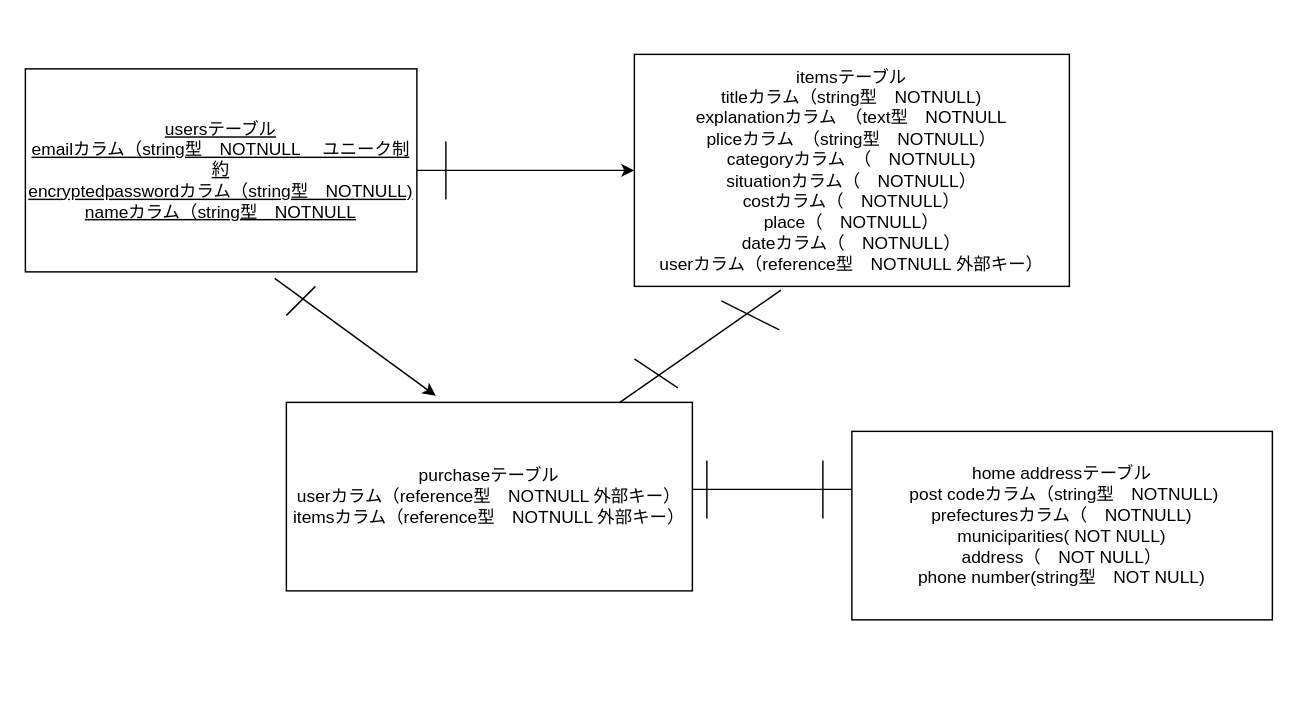
The draw.io diagram test.dio in abe227/furima-38620, before the edit. Source tidied: cells renumbered, new cells numbered last; positions are measured from the earlier drawing's top-left corner, leaving out a move shared by most shapes. Both pictures are drawn from the tidied source at 145%, with x=0, y=0 at pixel (25, 54).
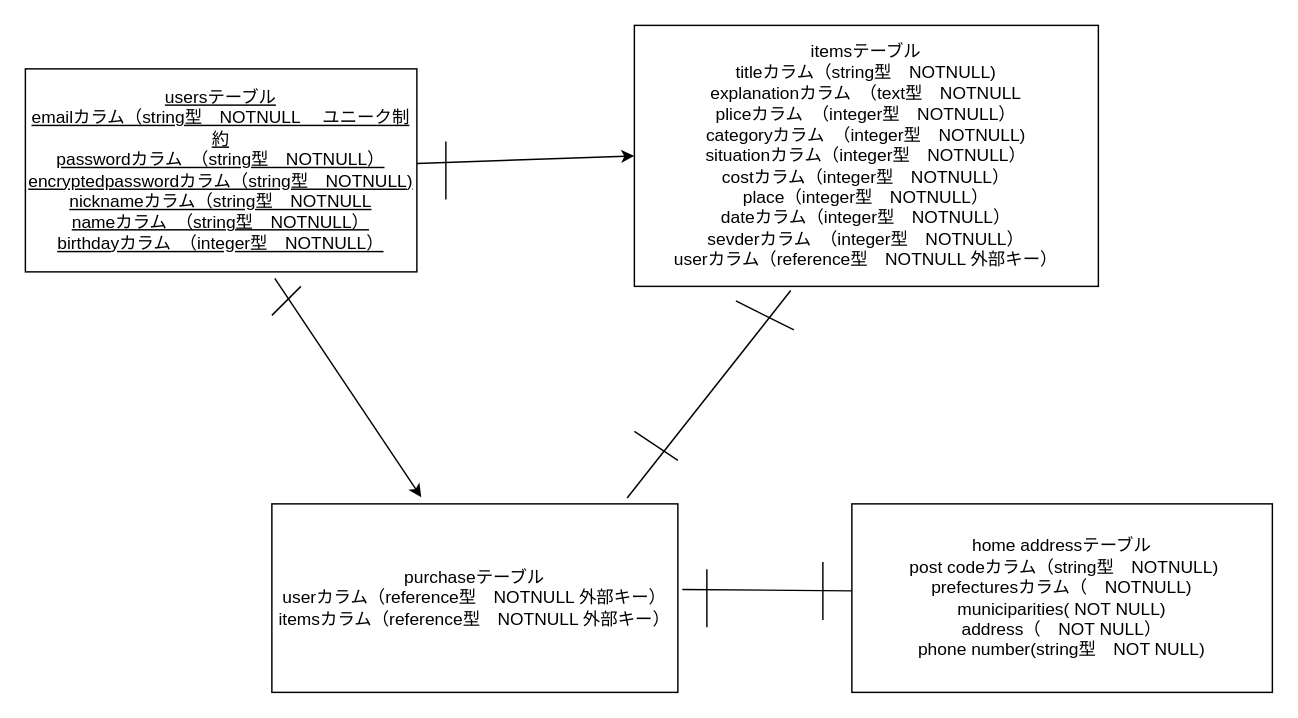
The same page after the edit.

Diff of the diagram source:
```diff
@@
-    <mxCell id="3" value="&lt;u&gt;usersテーブル&lt;br&gt;emailカラム（string型　NOTNULL 　ユニーク制約&lt;br&gt;encryptedpasswordカラム（string型　NOTNULL)&lt;br&gt;nameカラム（string型　NOTNULL&lt;/u&gt;" style="rounded=0;whiteSpace=wrap;html=1;" parent="1" vertex="1">
+    <mxCell id="3" value="&lt;u&gt;usersテーブル&lt;br&gt;emailカラム（string型　NOTNULL 　ユニーク制約&lt;br&gt;passwordカラム　（string型　NOTNULL）&lt;br&gt;encryptedpasswordカラム（string型　NOTNULL)&lt;br&gt;nicknameカラム（string型　NOTNULL&lt;br&gt;nameカラム　（string型　NOTNULL）&lt;br&gt;birthdayカラム　（integer型　NOTNULL）&lt;br&gt;&lt;/u&gt;" style="rounded=0;whiteSpace=wrap;html=1;" parent="1" vertex="1">
       <mxGeometry y="10" width="270" height="140" as="geometry" />
     </mxCell>
-    <mxCell id="4" value="&lt;span&gt;itemsテーブル&lt;/span&gt;&lt;br&gt;&lt;span&gt;titleカラム（string型　NOTNULL)&lt;/span&gt;&lt;br&gt;&lt;span&gt;explanationカラム　（text型　NOTNULL&lt;/span&gt;&lt;br&gt;&lt;span&gt;pliceカラム　（string型　NOTNULL）&lt;/span&gt;&lt;br&gt;&lt;span&gt;categoryカラム　（　NOTNULL)&lt;/span&gt;&lt;br&gt;&lt;span&gt;situationカラム（　NOTNULL）&lt;/span&gt;&lt;br&gt;&lt;span&gt;costカラム（　NOTNULL）&lt;/span&gt;&lt;br&gt;&lt;span&gt;place（　NOTNULL）&lt;/span&gt;&lt;br&gt;&lt;span&gt;dateカラム（　NOTNULL）&lt;/span&gt;&lt;br&gt;&lt;span&gt;userカラム（reference型　NOTNULL 外部キー）&lt;/span&gt;" style="rounded=0;whiteSpace=wrap;html=1;" parent="1" vertex="1">
-      <mxGeometry x="420" width="300" height="160" as="geometry" />
+    <mxCell id="4" value="itemsテーブル&lt;br&gt;titleカラム（string型　NOTNULL)&lt;br&gt;explanationカラム　（text型　NOTNULL&lt;br&gt;pliceカラム　（integer型　NOTNULL）&lt;br&gt;categoryカラム　（integer型&lt;span&gt;　NOTNULL)&lt;/span&gt;&lt;br&gt;situationカラム（integer型　NOTNULL）&lt;br&gt;costカラム（integer型　NOTNULL）&lt;br&gt;place（integer型　NOTNULL）&lt;br&gt;dateカラム（integer型　NOTNULL）&lt;br&gt;sevderカラム　（integer型　NOTNULL）&lt;br&gt;userカラム（reference型　NOTNULL 外部キー）" style="rounded=0;whiteSpace=wrap;html=1;" parent="1" vertex="1">
+      <mxGeometry x="420" y="-20" width="320" height="180" as="geometry" />
     </mxCell>
     <mxCell id="5" value="&lt;span&gt;purchaseテーブル&lt;/span&gt;&lt;br&gt;&lt;span&gt;userカラム（reference型　NOTNULL 外部キー）&lt;/span&gt;&lt;br&gt;&lt;span&gt;itemsカラム（reference型　NOTNULL 外部キー）&lt;/span&gt;" style="rounded=0;whiteSpace=wrap;html=1;" parent="1" vertex="1">
-      <mxGeometry x="180" y="240" width="280" height="130" as="geometry" />
+      <mxGeometry x="170" y="310" width="280" height="130" as="geometry" />
     </mxCell>
     <mxCell id="6" value="&lt;span&gt;home addressテーブル&lt;/span&gt;&lt;br&gt;&lt;span&gt;&amp;nbsp;post codeカラム（string型　NOTNULL)&lt;/span&gt;&lt;br&gt;&lt;span&gt;prefecturesカラム（　NOTNULL)&lt;/span&gt;&lt;br&gt;&lt;span&gt;municiparities( NOT NULL)&lt;/span&gt;&lt;br&gt;&lt;span&gt;address（　NOT NULL）&lt;/span&gt;&lt;br&gt;&lt;span&gt;phone number(string型　NOT NULL)&lt;/span&gt;" style="rounded=0;whiteSpace=wrap;html=1;" parent="1" vertex="1">
-      <mxGeometry x="570" y="260" width="290" height="130" as="geometry" />
+      <mxGeometry x="570" y="310" width="290" height="130" as="geometry" />
     </mxCell>
@@
-    <mxCell id="8" style="endArrow=none;html=1;entryX=0.337;entryY=1.016;entryDx=0;entryDy=0;entryPerimeter=0;" parent="1" edge="1" target="4">
-      <mxGeometry relative="1" as="geometry">
-        <mxPoint x="410" y="240" as="sourcePoint" />
-      </mxGeometry>
+    <mxCell id="8" style="endArrow=none;html=1;entryX=0.337;entryY=1.016;entryDx=0;entryDy=0;entryPerimeter=0;exitX=0.875;exitY=-0.031;exitDx=0;exitDy=0;exitPerimeter=0;" parent="1" edge="1" source="5" target="4">
+      <mxGeometry relative="1" as="geometry" />
     </mxCell>
     <mxCell id="9" style="endArrow=none;html=1;" parent="1" edge="1">
       <mxGeometry relative="1" as="geometry">
-        <mxPoint x="520" y="190" as="sourcePoint" />
-        <mxPoint x="480" y="170" as="targetPoint" />
+        <mxPoint x="530" y="190" as="sourcePoint" />
+        <mxPoint x="490" y="170" as="targetPoint" />
       </mxGeometry>
     </mxCell>
     <mxCell id="10" style="endArrow=none;html=1;" parent="1" edge="1">
       <mxGeometry relative="1" as="geometry">
-        <mxPoint x="420" y="210" as="sourcePoint" />
-        <mxPoint x="450" y="230" as="targetPoint" />
+        <mxPoint x="420" y="260" as="sourcePoint" />
+        <mxPoint x="450" y="280" as="targetPoint" />
       </mxGeometry>
     </mxCell>
@@
     <mxCell id="12" style="endArrow=none;html=1;" parent="1" edge="1">
       <mxGeometry relative="1" as="geometry">
-        <mxPoint x="180" y="180" as="sourcePoint" />
-        <mxPoint x="200" y="160" as="targetPoint" />
+        <mxPoint x="170" y="180" as="sourcePoint" />
+        <mxPoint x="190" y="160" as="targetPoint" />
       </mxGeometry>
     </mxCell>
-    <mxCell id="13" style="endArrow=none;html=1;rounded=0;" parent="1" edge="1">
+    <mxCell id="13" style="endArrow=none;html=1;rounded=0;exitX=1.011;exitY=0.454;exitDx=0;exitDy=0;exitPerimeter=0;" parent="1" edge="1" source="5">
       <mxGeometry relative="1" as="geometry">
-        <mxPoint x="460" y="300" as="sourcePoint" />
-        <mxPoint x="570" y="300" as="targetPoint" />
+        <mxPoint x="570" y="370" as="targetPoint" />
       </mxGeometry>
     </mxCell>
     <mxCell id="14" style="endArrow=none;html=1;" parent="1" edge="1">
       <mxGeometry relative="1" as="geometry">
-        <mxPoint x="470" y="320" as="sourcePoint" />
-        <mxPoint x="470" y="280" as="targetPoint" />
+        <mxPoint x="470" y="395" as="sourcePoint" />
+        <mxPoint x="470" y="355" as="targetPoint" />
       </mxGeometry>
     </mxCell>
     <mxCell id="15" style="endArrow=none;html=1;" parent="1" edge="1">
       <mxGeometry relative="1" as="geometry">
-        <mxPoint x="550" y="320" as="sourcePoint" />
-        <mxPoint x="550" y="280" as="targetPoint" />
+        <mxPoint x="550" y="390" as="sourcePoint" />
+        <mxPoint x="550" y="350" as="targetPoint" />
       </mxGeometry>
     </mxCell>
```
